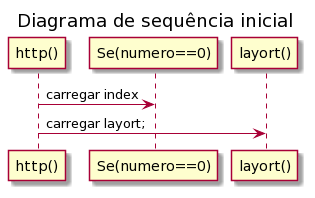
Above: documentos/imagens/etapa 2/diagrama de sequência-inicial do quiz.png in guimaraesprogramador/Apresentar-a-Peste-negra-na-europa (PlantUML), before the change.
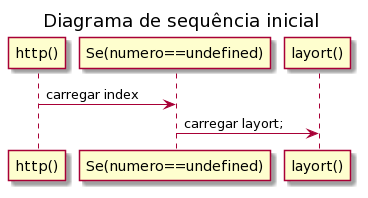
After the commit.

Commit message:
corrigindo imagens de diagrama de sequênica erradas.

The edit, as a diff of the source:
```diff
@@ -1,6 +1,6 @@
 @startuml
 title Diagrama de sequência inicial
 
-"http()"->"Se(numero==0)":carregar index
-"http()"->"layort()": carregar layort;
+"http()"->"Se(numero==undefined)":carregar index
+"Se(numero==undefined)"->"layort()": carregar layort;
 @enduml
```
